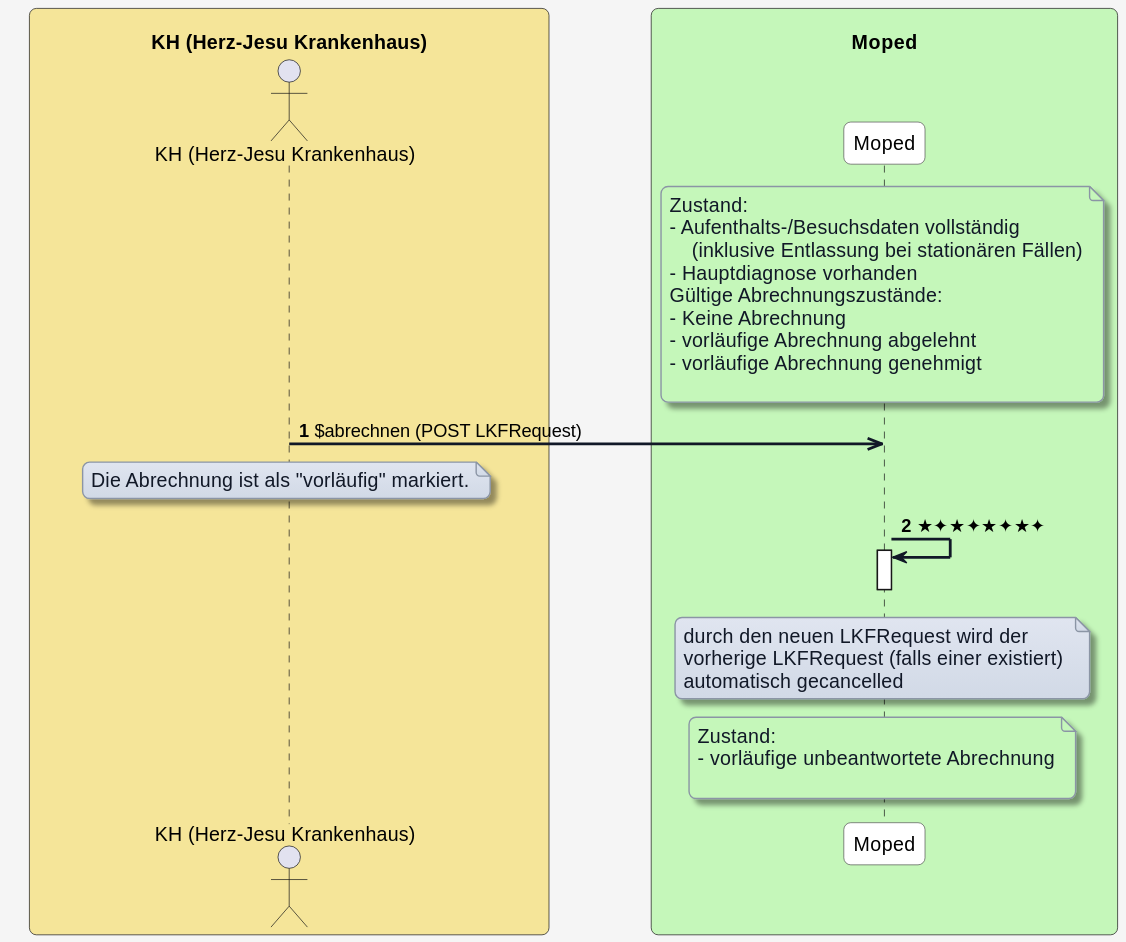
The PlantUML diagram input/images/plantuml/moped-fall-abrechnen/abrechnen-vorlaeufig.svg in HL7Austria/ELGA-MOPED-R5, before a commit.
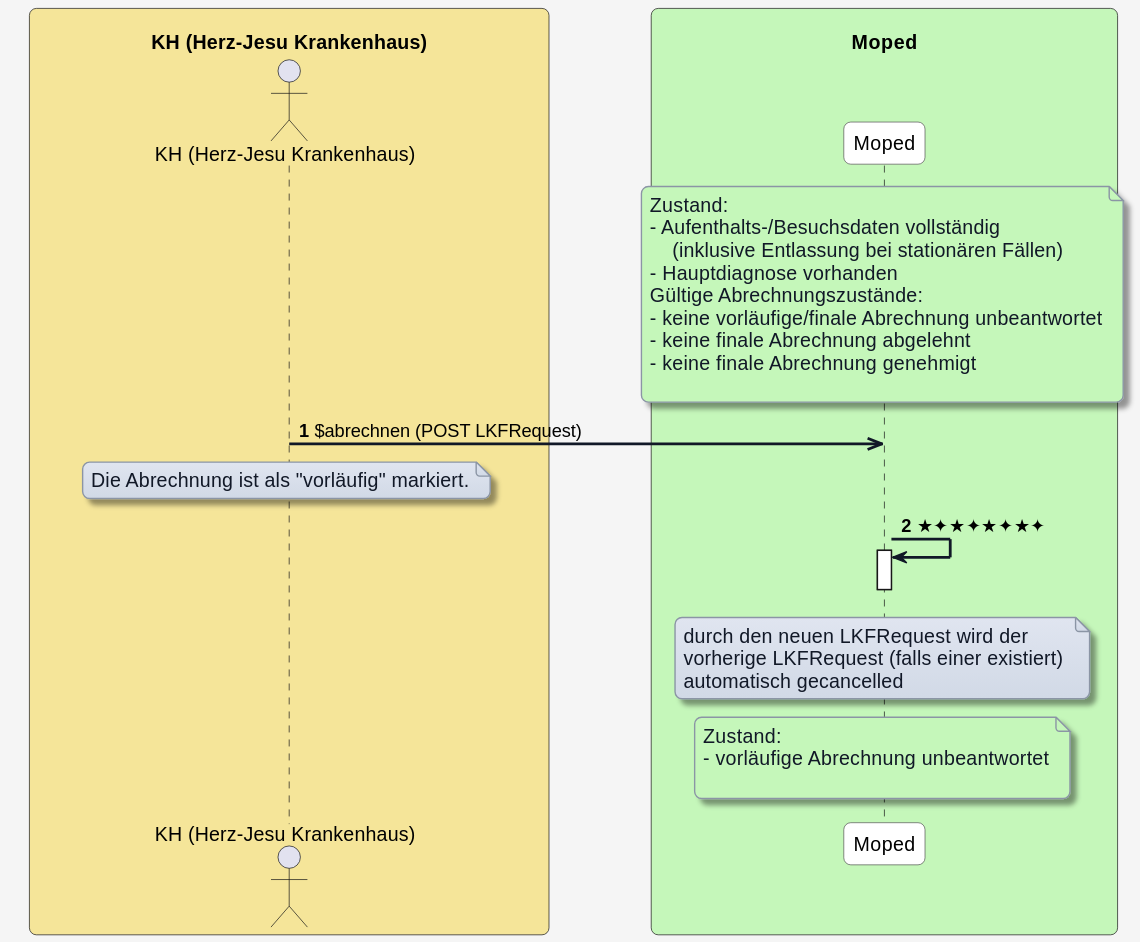
After the commit.

Diff of the diagram source:
```diff
@@ -57,9 +57,9 @@
     (inklusive Entlassung bei stationären Fällen)
 - Hauptdiagnose vorhanden
 Gültige Abrechnungszustände:
-- Keine Abrechnung
-- vorläufige Abrechnung abgelehnt
-- vorläufige Abrechnung genehmigt
+- keine vorläufige/finale Abrechnung unbeantwortet
+- keine finale Abrechnung abgelehnt
+- keine finale Abrechnung genehmigt
 
 end note
 
@@ -81,7 +81,7 @@
 
 note over MP #c5f7ba
 Zustand:
-- vorläufige unbeantwortete Abrechnung
+- vorläufige Abrechnung unbeantwortet
 
 end note
 @enduml
```
